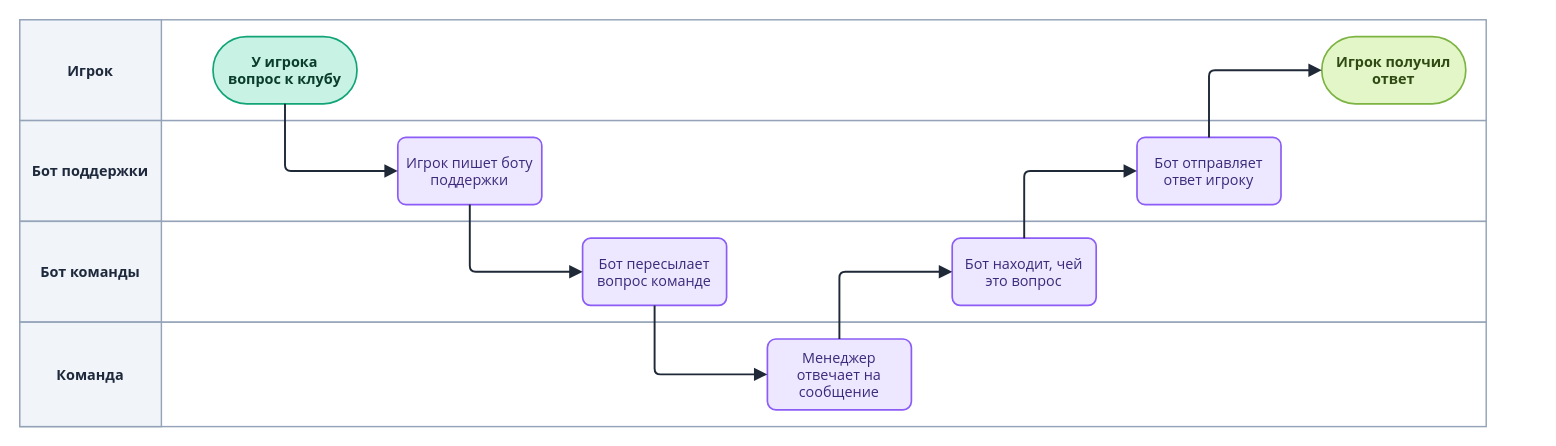
LILSUFFER/zerake-docs keeps this draw.io diagram as diagrams/drawio/support.drawio. Above is the earlier version. Source tidied: cells renumbered, new cells numbered last; positions are measured from the earlier drawing's top-left corner, leaving out a move shared by most shapes. Both pictures are drawn from the tidied source at 120%, with x=0, y=0 at pixel (19, 19).
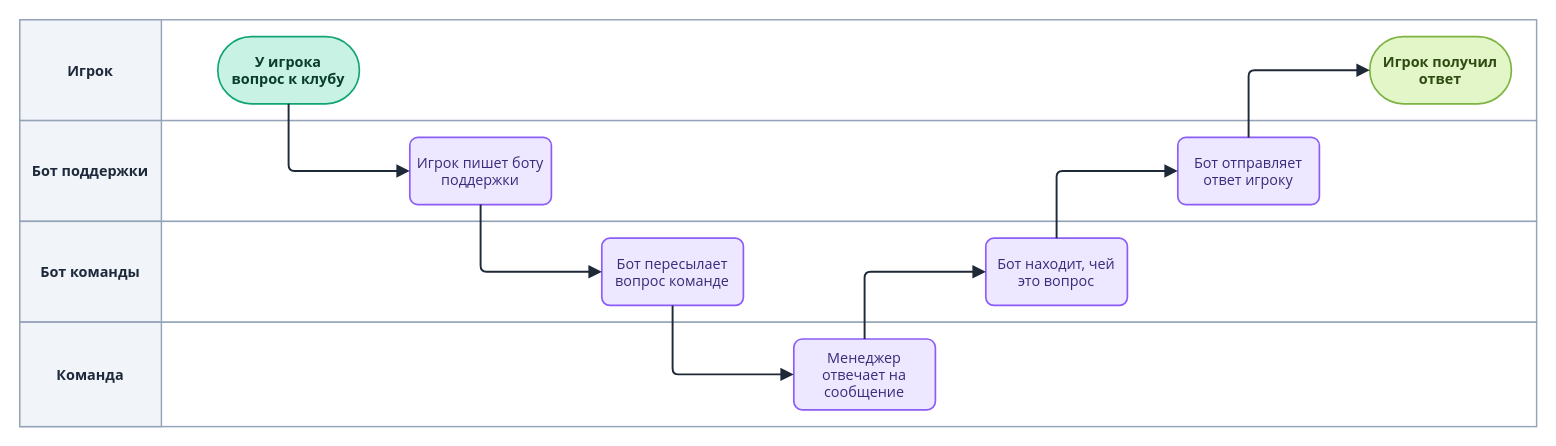
The same page after the edit.

Diff of the diagram source:
```diff
@@
     <mxCell id="2" style="rounded=0;html=0;fillColor=#FFFFFF;strokeColor=#94A3B8;strokeWidth=1.2;" parent="1" vertex="1">
-      <mxGeometry width="1222" height="84" as="geometry" />
+      <mxGeometry width="1264" height="84" as="geometry" />
     </mxCell>
@@
     <mxCell id="4" style="rounded=0;html=0;fillColor=#FFFFFF;strokeColor=#94A3B8;strokeWidth=1.2;" parent="1" vertex="1">
-      <mxGeometry y="84" width="1222" height="84" as="geometry" />
+      <mxGeometry y="84" width="1264" height="84" as="geometry" />
     </mxCell>
@@
     <mxCell id="6" style="rounded=0;html=0;fillColor=#FFFFFF;strokeColor=#94A3B8;strokeWidth=1.2;" parent="1" vertex="1">
-      <mxGeometry y="168" width="1222" height="84" as="geometry" />
+      <mxGeometry y="168" width="1264" height="84" as="geometry" />
     </mxCell>
@@
     <mxCell id="8" style="rounded=0;html=0;fillColor=#FFFFFF;strokeColor=#94A3B8;strokeWidth=1.2;" parent="1" vertex="1">
-      <mxGeometry y="252" width="1222" height="87" as="geometry" />
+      <mxGeometry y="252" width="1264" height="87" as="geometry" />
     </mxCell>
@@
     <mxCell id="10" value="У игрока&#10;вопрос к клубу" style="rounded=1;arcSize=50;html=0;fontStyle=1;fillColor=#C7F2E4;strokeColor=#12A477;fontColor=#0B3D2C;fontFamily=Segoe UI;fontSize=12;strokeWidth=1.4;" parent="1" vertex="1">
-      <mxGeometry x="161" y="14" width="120" height="56" as="geometry" />
+      <mxGeometry x="165" y="14" width="118" height="56" as="geometry" />
     </mxCell>
     <mxCell id="11" value="Игрок пишет боту&#10;поддержки" style="rounded=1;arcSize=12;html=0;fillColor=#EDE7FF;strokeColor=#8B5CF6;fontColor=#3B2A7A;fontFamily=Segoe UI;fontSize=12;strokeWidth=1.4;" parent="1" vertex="1">
-      <mxGeometry x="315" y="98" width="120" height="56" as="geometry" />
+      <mxGeometry x="325" y="98" width="118" height="56" as="geometry" />
     </mxCell>
     <mxCell id="12" value="Бот пересылает&#10;вопрос команде" style="rounded=1;arcSize=12;html=0;fillColor=#EDE7FF;strokeColor=#8B5CF6;fontColor=#3B2A7A;fontFamily=Segoe UI;fontSize=12;strokeWidth=1.4;" parent="1" vertex="1">
-      <mxGeometry x="469" y="182" width="120" height="56" as="geometry" />
+      <mxGeometry x="485" y="182" width="118" height="56" as="geometry" />
     </mxCell>
     <mxCell id="13" value="Менеджер&#10;отвечает на&#10;сообщение" style="rounded=1;arcSize=12;html=0;fillColor=#EDE7FF;strokeColor=#8B5CF6;fontColor=#3B2A7A;fontFamily=Segoe UI;fontSize=12;strokeWidth=1.4;" parent="1" vertex="1">
-      <mxGeometry x="623" y="266" width="120" height="59" as="geometry" />
+      <mxGeometry x="645" y="266" width="118" height="59" as="geometry" />
     </mxCell>
     <mxCell id="14" value="Бот находит, чей&#10;это вопрос" style="rounded=1;arcSize=12;html=0;fillColor=#EDE7FF;strokeColor=#8B5CF6;fontColor=#3B2A7A;fontFamily=Segoe UI;fontSize=12;strokeWidth=1.4;" parent="1" vertex="1">
-      <mxGeometry x="777" y="182" width="120" height="56" as="geometry" />
+      <mxGeometry x="805" y="182" width="118" height="56" as="geometry" />
     </mxCell>
     <mxCell id="15" value="Бот отправляет&#10;ответ игроку" style="rounded=1;arcSize=12;html=0;fillColor=#EDE7FF;strokeColor=#8B5CF6;fontColor=#3B2A7A;fontFamily=Segoe UI;fontSize=12;strokeWidth=1.4;" parent="1" vertex="1">
-      <mxGeometry x="931" y="98" width="120" height="56" as="geometry" />
+      <mxGeometry x="965" y="98" width="118" height="56" as="geometry" />
     </mxCell>
     <mxCell id="16" value="Игрок получил&#10;ответ" style="rounded=1;arcSize=50;html=0;fontStyle=1;fillColor=#E3F6C8;strokeColor=#7CB342;fontColor=#2F4A12;fontFamily=Segoe UI;fontSize=12;strokeWidth=1.4;" parent="1" vertex="1">
-      <mxGeometry x="1085" y="14" width="120" height="56" as="geometry" />
+      <mxGeometry x="1125" y="14" width="118" height="56" as="geometry" />
     </mxCell>
-    <mxCell id="17" style="edgeStyle=orthogonalEdgeStyle;rounded=1;arcSize=10;jettySize=auto;html=0;strokeColor=#1F2937;strokeWidth=1.6;endArrow=block;endFill=1;endSize=7;fontFamily=Segoe UI;fontSize=12;fontStyle=1;fontColor=#334155;labelBackgroundColor=#FFFFFF;exitX=0.5;exitY=1;entryX=0;entryY=0.5;" parent="1" edge="1" source="10" target="11">
+    <mxCell id="17" style="edgeStyle=orthogonalEdgeStyle;rounded=1;arcSize=10;jettySize=auto;html=0;strokeColor=#1F2937;strokeWidth=1.6;endArrow=block;endFill=1;endSize=7;fontFamily=Segoe UI;fontSize=12;fontStyle=1;fontColor=#334155;labelBackgroundColor=none;exitX=0.5;exitY=1;entryX=0;entryY=0.5;" parent="1" edge="1" source="10" target="11">
       <mxGeometry relative="1" as="geometry" />
     </mxCell>
-    <mxCell id="18" style="edgeStyle=orthogonalEdgeStyle;rounded=1;arcSize=10;jettySize=auto;html=0;strokeColor=#1F2937;strokeWidth=1.6;endArrow=block;endFill=1;endSize=7;fontFamily=Segoe UI;fontSize=12;fontStyle=1;fontColor=#334155;labelBackgroundColor=#FFFFFF;exitX=0.5;exitY=1;entryX=0;entryY=0.5;" parent="1" edge="1" source="11" target="12">
+    <mxCell id="18" style="edgeStyle=orthogonalEdgeStyle;rounded=1;arcSize=10;jettySize=auto;html=0;strokeColor=#1F2937;strokeWidth=1.6;endArrow=block;endFill=1;endSize=7;fontFamily=Segoe UI;fontSize=12;fontStyle=1;fontColor=#334155;labelBackgroundColor=none;exitX=0.5;exitY=1;entryX=0;entryY=0.5;" parent="1" edge="1" source="11" target="12">
       <mxGeometry relative="1" as="geometry" />
     </mxCell>
-    <mxCell id="19" style="edgeStyle=orthogonalEdgeStyle;rounded=1;arcSize=10;jettySize=auto;html=0;strokeColor=#1F2937;strokeWidth=1.6;endArrow=block;endFill=1;endSize=7;fontFamily=Segoe UI;fontSize=12;fontStyle=1;fontColor=#334155;labelBackgroundColor=#FFFFFF;exitX=0.5;exitY=1;entryX=0;entryY=0.5;" parent="1" edge="1" source="12" target="13">
+    <mxCell id="19" style="edgeStyle=orthogonalEdgeStyle;rounded=1;arcSize=10;jettySize=auto;html=0;strokeColor=#1F2937;strokeWidth=1.6;endArrow=block;endFill=1;endSize=7;fontFamily=Segoe UI;fontSize=12;fontStyle=1;fontColor=#334155;labelBackgroundColor=none;exitX=0.5;exitY=1;entryX=0;entryY=0.5;" parent="1" edge="1" source="12" target="13">
       <mxGeometry relative="1" as="geometry" />
     </mxCell>
-    <mxCell id="20" style="edgeStyle=orthogonalEdgeStyle;rounded=1;arcSize=10;jettySize=auto;html=0;strokeColor=#1F2937;strokeWidth=1.6;endArrow=block;endFill=1;endSize=7;fontFamily=Segoe UI;fontSize=12;fontStyle=1;fontColor=#334155;labelBackgroundColor=#FFFFFF;exitX=0.5;exitY=0;entryX=0;entryY=0.5;" parent="1" edge="1" source="13" target="14">
+    <mxCell id="20" style="edgeStyle=orthogonalEdgeStyle;rounded=1;arcSize=10;jettySize=auto;html=0;strokeColor=#1F2937;strokeWidth=1.6;endArrow=block;endFill=1;endSize=7;fontFamily=Segoe UI;fontSize=12;fontStyle=1;fontColor=#334155;labelBackgroundColor=none;exitX=0.5;exitY=0;entryX=0;entryY=0.5;" parent="1" edge="1" source="13" target="14">
       <mxGeometry relative="1" as="geometry" />
     </mxCell>
-    <mxCell id="21" style="edgeStyle=orthogonalEdgeStyle;rounded=1;arcSize=10;jettySize=auto;html=0;strokeColor=#1F2937;strokeWidth=1.6;endArrow=block;endFill=1;endSize=7;fontFamily=Segoe UI;fontSize=12;fontStyle=1;fontColor=#334155;labelBackgroundColor=#FFFFFF;exitX=0.5;exitY=0;entryX=0;entryY=0.5;" parent="1" edge="1" source="14" target="15">
+    <mxCell id="21" style="edgeStyle=orthogonalEdgeStyle;rounded=1;arcSize=10;jettySize=auto;html=0;strokeColor=#1F2937;strokeWidth=1.6;endArrow=block;endFill=1;endSize=7;fontFamily=Segoe UI;fontSize=12;fontStyle=1;fontColor=#334155;labelBackgroundColor=none;exitX=0.5;exitY=0;entryX=0;entryY=0.5;" parent="1" edge="1" source="14" target="15">
       <mxGeometry relative="1" as="geometry" />
     </mxCell>
-    <mxCell id="22" style="edgeStyle=orthogonalEdgeStyle;rounded=1;arcSize=10;jettySize=auto;html=0;strokeColor=#1F2937;strokeWidth=1.6;endArrow=block;endFill=1;endSize=7;fontFamily=Segoe UI;fontSize=12;fontStyle=1;fontColor=#334155;labelBackgroundColor=#FFFFFF;exitX=0.5;exitY=0;entryX=0;entryY=0.5;" parent="1" edge="1" source="15" target="16">
+    <mxCell id="22" style="edgeStyle=orthogonalEdgeStyle;rounded=1;arcSize=10;jettySize=auto;html=0;strokeColor=#1F2937;strokeWidth=1.6;endArrow=block;endFill=1;endSize=7;fontFamily=Segoe UI;fontSize=12;fontStyle=1;fontColor=#334155;labelBackgroundColor=none;exitX=0.5;exitY=0;entryX=0;entryY=0.5;" parent="1" edge="1" source="15" target="16">
       <mxGeometry relative="1" as="geometry" />
     </mxCell>
```
